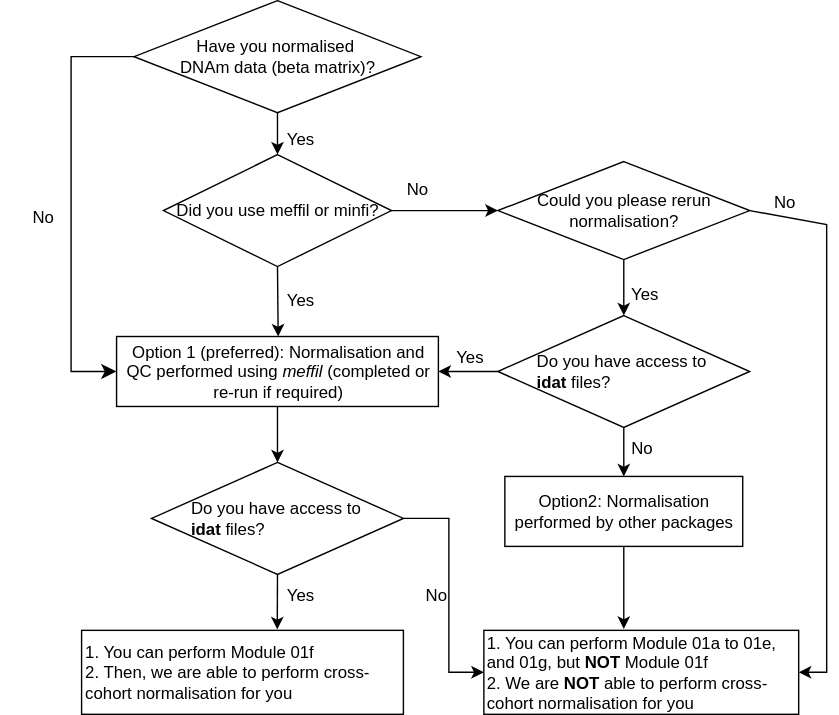
The draw.io diagram images/meth_data_flowchart.drawio.svg in dianajuvi89/DEEP_mqtls.wiki_copy, before a commit. Source tidied: cells renumbered, new cells last; positions are measured from the earlier drawing's top-left corner, leaving out a move shared by most shapes.
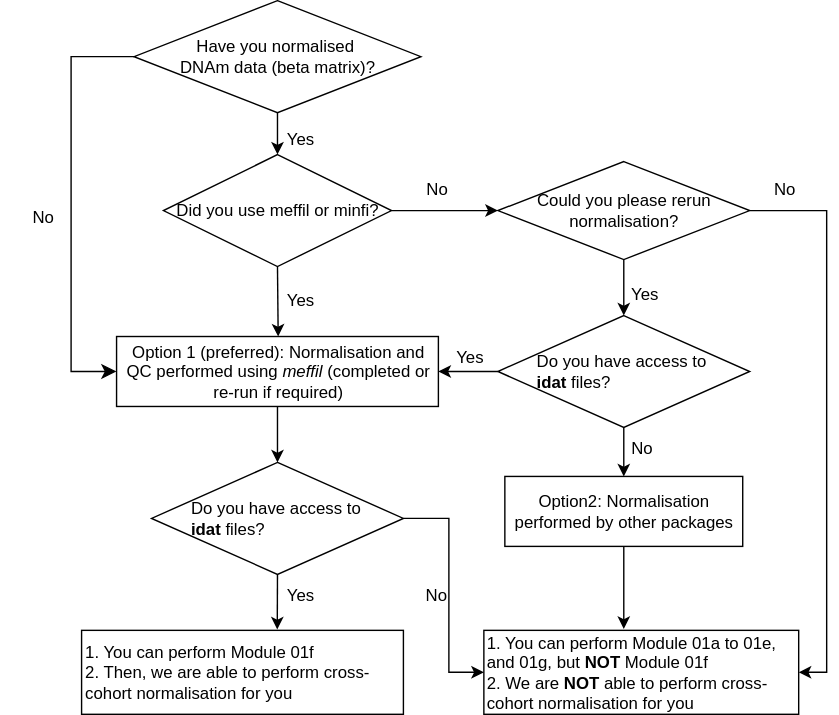
The same file after the commit.

The edit, as a diff of the source:
```diff
@@ -29,7 +29,7 @@
       <mxGeometry x="184" y="199" width="60" height="30" as="geometry" />
     </mxCell>
     <mxCell id="10" value="No" style="text;html=1;align=center;verticalAlign=middle;whiteSpace=wrap;rounded=0;" parent="1" vertex="1">
-      <mxGeometry x="260" y="120" width="75" height="30" as="geometry" />
+      <mxGeometry x="273.5" y="120" width="75" height="30" as="geometry" />
     </mxCell>
     <mxCell id="11" value="No" style="text;html=1;align=center;verticalAlign=middle;whiteSpace=wrap;rounded=0;" parent="1" vertex="1">
       <mxGeometry x="427.5" y="305" width="60" height="30" as="geometry" />
@@ -86,13 +86,13 @@
     <mxCell id="25" style="endArrow=classic;html=1;rounded=0;exitX=1;exitY=0.5;exitDx=0;exitDy=0;entryX=1;entryY=0.5;entryDx=0;entryDy=0;" parent="1" edge="1" source="3" target="18">
       <mxGeometry relative="1" as="geometry">
         <Array as="points">
-          <mxPoint x="590" y="160" />
+          <mxPoint x="590" y="150" />
           <mxPoint x="590" y="480" />
         </Array>
       </mxGeometry>
     </mxCell>
     <mxCell id="26" value="No" style="text;html=1;align=center;verticalAlign=middle;whiteSpace=wrap;rounded=0;" parent="1" vertex="1">
-      <mxGeometry x="530" y="129" width="60" height="30" as="geometry" />
+      <mxGeometry x="530" y="120" width="60" height="30" as="geometry" />
     </mxCell>
     <mxCell id="27" value="&lt;div style=&quot;text-align: justify;&quot;&gt;&lt;span style=&quot;background-color: transparent; color: light-dark(rgb(0, 0, 0), rgb(255, 255, 255));&quot;&gt;Do you have access to&amp;nbsp;&lt;/span&gt;&lt;/div&gt;&lt;div style=&quot;text-align: justify;&quot;&gt;&lt;span style=&quot;background-color: transparent; color: light-dark(rgb(0, 0, 0), rgb(255, 255, 255));&quot;&gt;&lt;b&gt;idat&lt;/b&gt; files?&lt;/span&gt;&lt;/div&gt;" style="rhombus;whiteSpace=wrap;html=1;align=center;" parent="1" vertex="1">
       <mxGeometry x="107.5" y="330" width="180" height="80" as="geometry" />
@@ -114,7 +114,7 @@
     <mxCell id="31" value="No" style="text;html=1;align=center;verticalAlign=middle;whiteSpace=wrap;rounded=0;" parent="1" vertex="1">
       <mxGeometry x="281" y="410" width="60" height="30" as="geometry" />
     </mxCell>
-    <mxCell id="32" style="endArrow=classic;html=1;rounded=0;exitX=0.25;exitY=1;exitDx=0;exitDy=0;entryX=0;entryY=0.5;entryDx=0;entryDy=0;" parent="1" edge="1" source="10" target="3">
+    <mxCell id="32" style="endArrow=classic;html=1;rounded=0;exitX=1;exitY=0.5;exitDx=0;exitDy=0;entryX=0;entryY=0.5;entryDx=0;entryDy=0;" parent="1" edge="1" source="7" target="3">
       <mxGeometry relative="1" as="geometry" />
     </mxCell>
   </root>
```
